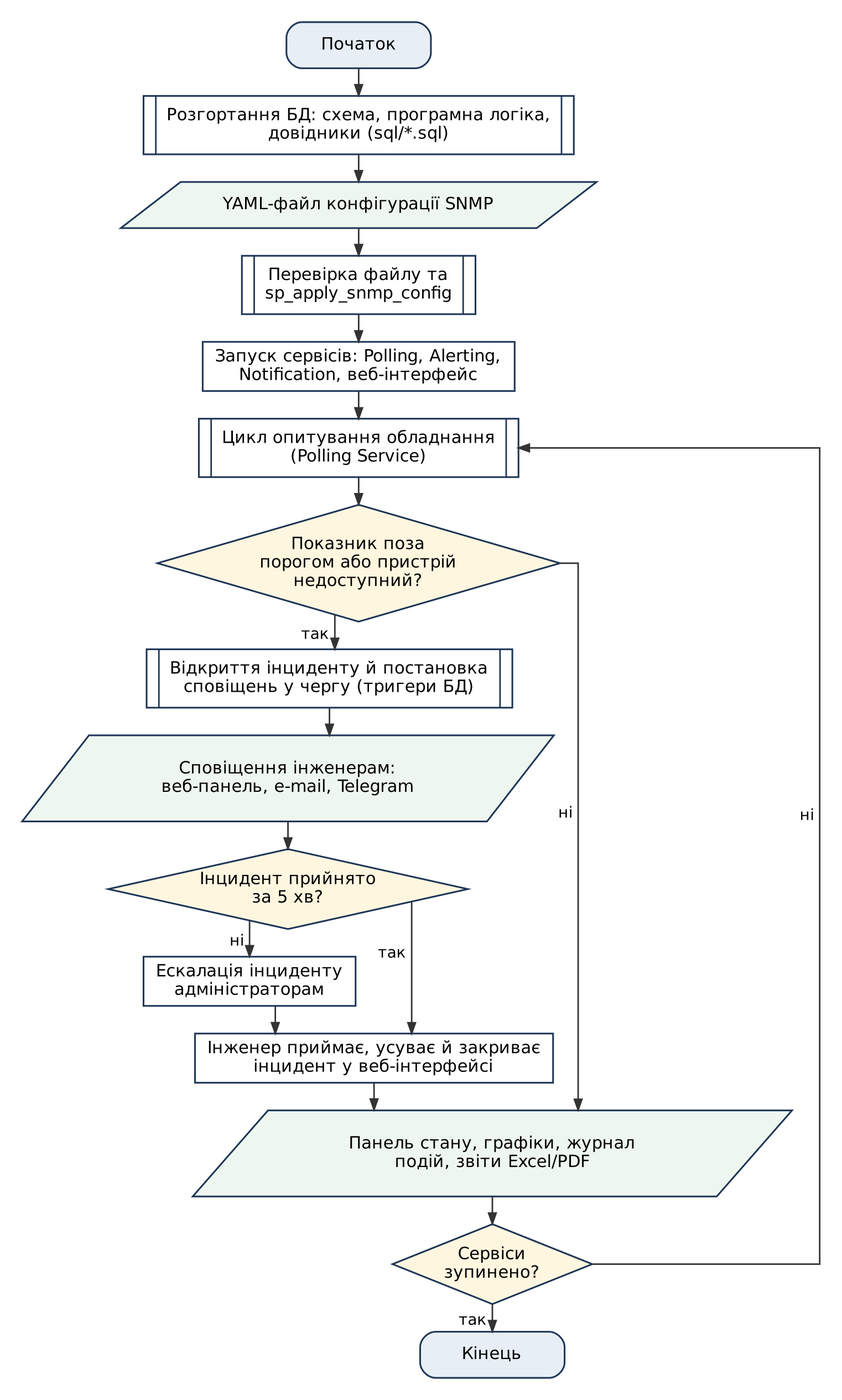
KrutoiPatsan13/laba1 keeps this Graphviz diagram as docs/diagrams/flow_01_general.png. Above is the earlier version. Its source is kept beside it as docs/diagrams/src/flow_01_general.dot.
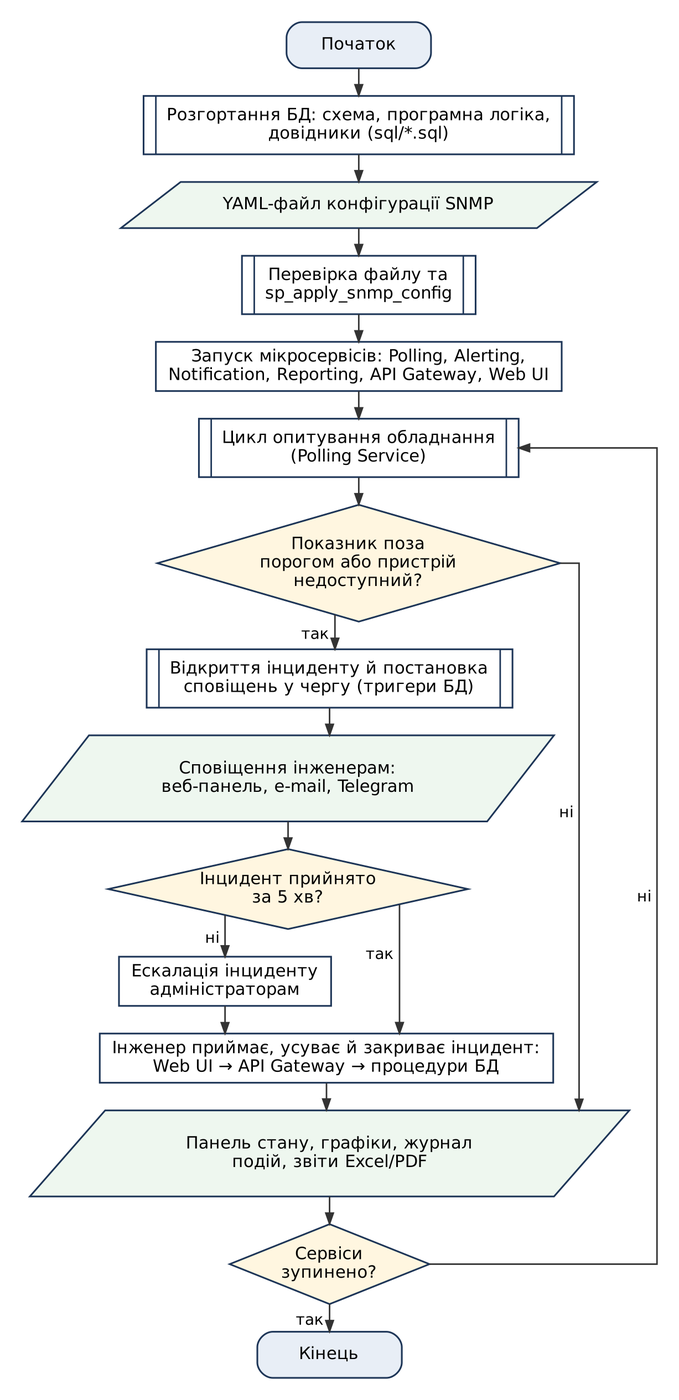
After the change.

Change to the diagram source:
```diff
@@ -6,14 +6,14 @@
   n2 [shape=box, margin=0, label=<<TABLE BORDER="0" CELLBORDER="0" CELLSPACING="0" CELLPADDING="0"><TR><TD WIDTH="8" BORDER="1" SIDES="R"></TD><TD CELLPADDING="7">Розгортання БД: схема, програмна логіка,<BR/>довідники (sql/*.sql)</TD><TD WIDTH="8" BORDER="1" SIDES="L"></TD></TR></TABLE>>];
   n3 [shape=polygon, sides=4, skew=0.3, style=filled, fillcolor="#eef7ef", label=<YAML-файл конфігурації SNMP>, margin="0.06,0.03"];
   n4 [shape=box, margin=0, label=<<TABLE BORDER="0" CELLBORDER="0" CELLSPACING="0" CELLPADDING="0"><TR><TD WIDTH="8" BORDER="1" SIDES="R"></TD><TD CELLPADDING="7">Перевірка файлу та<BR/>sp_apply_snmp_config</TD><TD WIDTH="8" BORDER="1" SIDES="L"></TD></TR></TABLE>>];
-  n5 [shape=box, label=<Запуск сервісів: Polling, Alerting,<BR/>Notification, веб-інтерфейс>];
+  n5 [shape=box, label=<Запуск мікросервісів: Polling, Alerting,<BR/>Notification, Reporting, API Gateway, Web UI>];
   n6 [shape=box, margin=0, label=<<TABLE BORDER="0" CELLBORDER="0" CELLSPACING="0" CELLPADDING="0"><TR><TD WIDTH="8" BORDER="1" SIDES="R"></TD><TD CELLPADDING="7">Цикл опитування обладнання<BR/>(Polling Service)</TD><TD WIDTH="8" BORDER="1" SIDES="L"></TD></TR></TABLE>>];
   n7 [shape=diamond, style=filled, fillcolor="#fff6e0", label=<Показник поза<BR/>порогом або пристрій<BR/>недоступний?>, margin="0.02,0.02"];
   n8 [shape=box, margin=0, label=<<TABLE BORDER="0" CELLBORDER="0" CELLSPACING="0" CELLPADDING="0"><TR><TD WIDTH="8" BORDER="1" SIDES="R"></TD><TD CELLPADDING="7">Відкриття інциденту й постановка<BR/>сповіщень у чергу (тригери БД)</TD><TD WIDTH="8" BORDER="1" SIDES="L"></TD></TR></TABLE>>];
   n9 [shape=polygon, sides=4, skew=0.3, style=filled, fillcolor="#eef7ef", label=<Сповіщення інженерам:<BR/>веб-панель, e-mail, Telegram>, margin="0.06,0.03"];
   n10 [shape=diamond, style=filled, fillcolor="#fff6e0", label=<Інцидент прийнято<BR/>за 5 хв?>, margin="0.02,0.02"];
   n11 [shape=box, label=<Ескалація інциденту<BR/>адміністраторам>];
-  n12 [shape=box, label=<Інженер приймає, усуває й закриває<BR/>інцидент у веб-інтерфейсі>];
+  n12 [shape=box, label=<Інженер приймає, усуває й закриває інцидент:<BR/>Web UI → API Gateway → процедури БД>];
   n13 [shape=polygon, sides=4, skew=0.3, style=filled, fillcolor="#eef7ef", label=<Панель стану, графіки, журнал<BR/>подій, звіти Excel/PDF>, margin="0.06,0.03"];
   n14 [shape=diamond, style=filled, fillcolor="#fff6e0", label=<Сервіси<BR/>зупинено?>, margin="0.02,0.02"];
   n15 [shape=box, style="rounded,filled", fillcolor="#e8eef6", label=<Кінець>, margin="0.25,0.06"];
```
